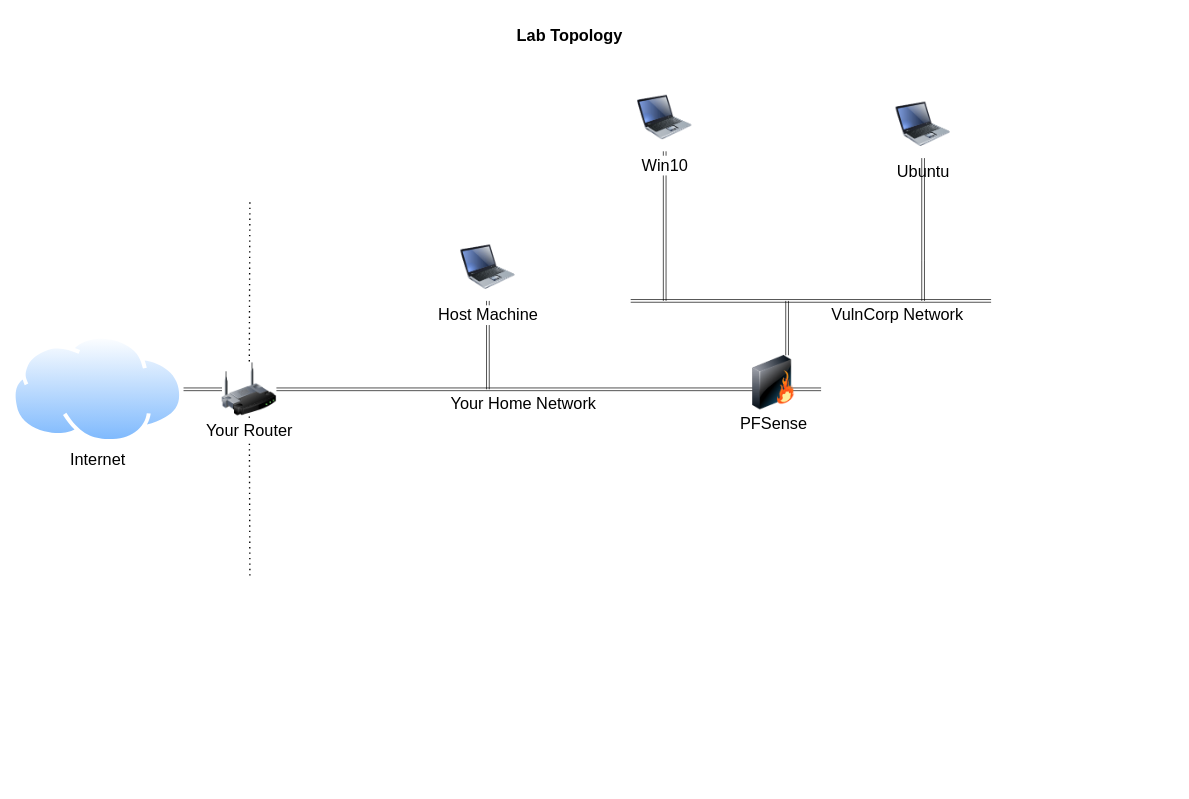
Above: CIT_L5_SIEM_Topology.drawio in hypercoyote/tdx (draw.io), before the change. Source tidied: cells renumbered, new cells numbered last; positions are measured from the earlier drawing's top-left corner, leaving out a move shared by most shapes. Both pictures are drawn from the tidied source at 68%, with x=0, y=0 at pixel (12, 22).
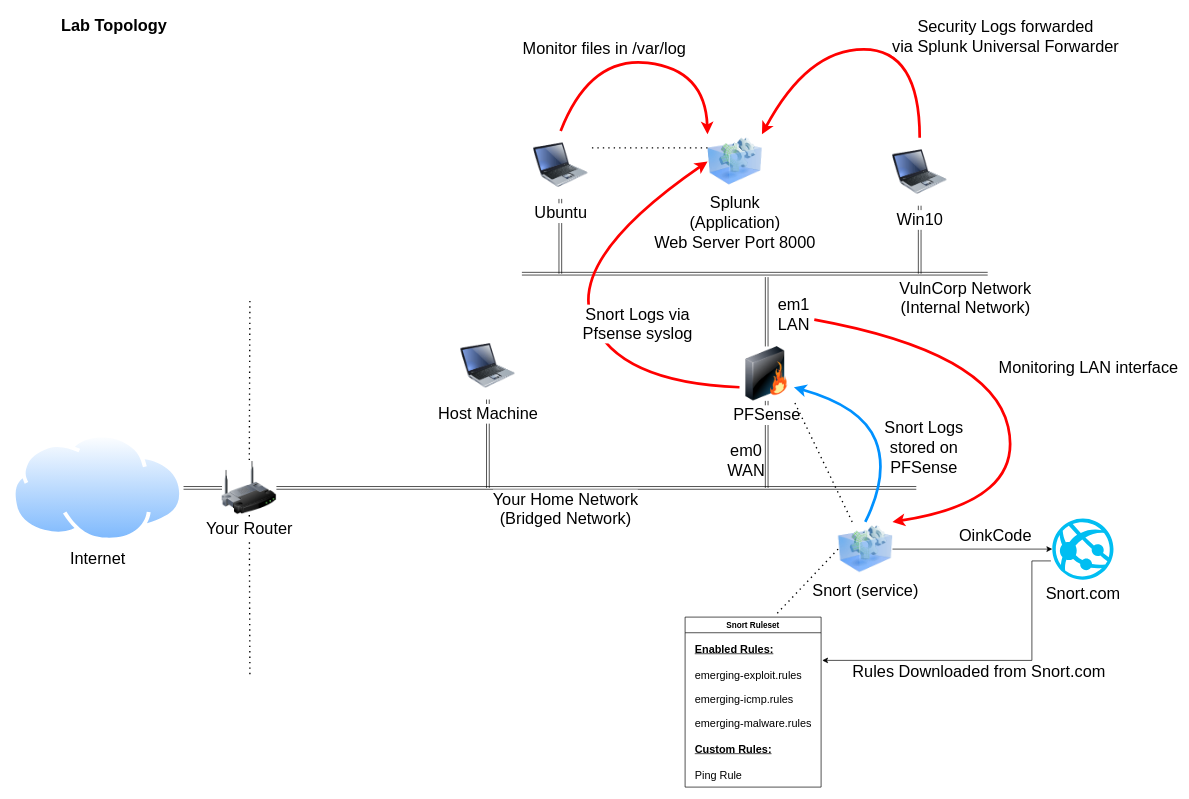
Above is the later version.

Change to the diagram source:
```diff
@@
+    <mxCell id="20" style="shape=link;html=1;rounded=0;fontSize=24;labelBackgroundColor=none;" parent="1" edge="1" source="18">
+      <mxGeometry relative="1" as="geometry">
+        <mxPoint x="1110" y="685" as="targetPoint" />
+      </mxGeometry>
+    </mxCell>
+    <mxCell id="17" style="shape=link;html=1;rounded=0;exitX=0.5;exitY=1;exitDx=0;exitDy=0;fontSize=24;labelBackgroundColor=none;" parent="1" edge="1" source="16">
+      <mxGeometry relative="1" as="geometry">
+        <mxPoint x="1335" y="370" as="targetPoint" />
+        <Array as="points">
+          <mxPoint x="1335" y="310" />
+        </Array>
+      </mxGeometry>
+    </mxCell>
     <mxCell id="2" style="shape=link;html=1;rounded=0;exitX=0.5;exitY=1;exitDx=0;exitDy=0;fontSize=24;labelBackgroundColor=none;" parent="1" edge="1" source="8">
       <mxGeometry relative="1" as="geometry">
-        <mxPoint x="700" y="540" as="targetPoint" />
+        <mxPoint x="700" y="685" as="targetPoint" />
       </mxGeometry>
     </mxCell>
     <mxCell id="3" style="shape=link;html=1;rounded=0;exitX=1;exitY=0.5;exitDx=0;exitDy=0;fontSize=24;labelBackgroundColor=none;" parent="1" edge="1" source="11">
       <mxGeometry relative="1" as="geometry">
-        <mxPoint x="1190" y="540" as="targetPoint" />
+        <mxPoint x="1330" y="685" as="targetPoint" />
       </mxGeometry>
     </mxCell>
-    <mxCell id="4" value="Your Home Network" style="edgeLabel;html=1;align=center;verticalAlign=middle;fontSize=24;" parent="3" vertex="1">
+    <mxCell id="4" value="Your Home Network&lt;br&gt;(Bridged Network)" style="edgeLabel;html=1;align=center;verticalAlign=middle;fontSize=24;" parent="3" vertex="1">
       <mxGeometry x="-0.12" y="1" relative="1" as="geometry">
-        <mxPoint x="10" y="21" as="offset" />
+        <mxPoint x="10" y="31" as="offset" />
       </mxGeometry>
     </mxCell>
     <mxCell id="5" value="Lab Topology" style="text;strokeColor=none;fillColor=none;html=1;fontSize=24;fontStyle=1;verticalAlign=middle;align=center;fontColor=default;labelBackgroundColor=none;" parent="1" vertex="1">
-      <mxGeometry x="389" width="861" height="40" as="geometry" />
+      <mxGeometry x="20" y="-15" width="260" height="40" as="geometry" />
     </mxCell>
     <mxCell id="6" value="Internet" style="image;perimeter=ellipsePerimeter;html=1;align=center;shadow=0;dashed=0;spacingTop=3;image=img/lib/active_directory/internet_cloud.svg;fontSize=24;fontColor=default;labelBackgroundColor=none;" parent="1" vertex="1">
-      <mxGeometry y="460.5" width="252.4" height="159" as="geometry" />
+      <mxGeometry y="605.5" width="252.4" height="159" as="geometry" />
     </mxCell>
     <mxCell id="7" style="endArrow=none;dashed=1;html=1;dashPattern=1 3;strokeWidth=2;rounded=0;fontSize=24;fontColor=default;labelBackgroundColor=none;" parent="1" edge="1" source="11">
       <mxGeometry relative="1" as="geometry">
-        <mxPoint x="350" y="815" as="targetPoint" />
+        <mxPoint x="350" y="960" as="targetPoint" />
       </mxGeometry>
     </mxCell>
     <mxCell id="8" value="Host Machine" style="image;html=1;image=img/lib/clip_art/computers/Laptop_128x128.png;fontSize=24;labelBackgroundColor=default;" parent="1" vertex="1">
-      <mxGeometry x="660" y="310" width="80" height="100" as="geometry" />
+      <mxGeometry x="660" y="455" width="80" height="100" as="geometry" />
     </mxCell>
@@
     <mxCell id="10" style="endArrow=none;dashed=1;html=1;dashPattern=1 3;strokeWidth=2;rounded=0;fontSize=24;fontColor=default;labelBackgroundColor=none;" parent="1" edge="1" target="11">
       <mxGeometry relative="1" as="geometry">
-        <mxPoint x="350" y="265" as="sourcePoint" />
+        <mxPoint x="350" y="410" as="sourcePoint" />
       </mxGeometry>
     </mxCell>
     <mxCell id="11" value="Your Router" style="image;html=1;image=img/lib/clip_art/networking/Wireless_Router_128x128.png;fontSize=24;" parent="1" vertex="1">
-      <mxGeometry x="309" y="500" width="80" height="80" as="geometry" />
+      <mxGeometry x="309" y="645" width="80" height="80" as="geometry" />
     </mxCell>
-    <mxCell id="12" style="shape=link;html=1;rounded=0;exitX=0.5;exitY=1;exitDx=0;exitDy=0;fontSize=24;labelBackgroundColor=none;" parent="1" edge="1" source="13">
+    <mxCell id="12" style="shape=link;html=1;rounded=0;exitX=0.5;exitY=1;exitDx=0;exitDy=0;fontSize=24;labelBackgroundColor=none;" parent="1" edge="1">
       <mxGeometry relative="1" as="geometry">
-        <mxPoint x="960" y="410" as="targetPoint" />
+        <mxPoint x="806.5" y="260" as="sourcePoint" />
+        <mxPoint x="806.5" y="370" as="targetPoint" />
       </mxGeometry>
     </mxCell>
-    <mxCell id="13" value="Win10" style="image;html=1;image=img/lib/clip_art/computers/Laptop_128x128.png;fontSize=24;labelBackgroundColor=default;" parent="1" vertex="1">
-      <mxGeometry x="920" y="90" width="80" height="100" as="geometry" />
+    <mxCell id="13" value="Ubuntu" style="image;html=1;image=img/lib/clip_art/computers/Laptop_128x128.png;fontSize=24;labelBackgroundColor=default;" parent="1" vertex="1">
+      <mxGeometry x="767" y="160" width="80" height="100" as="geometry" />
     </mxCell>
-    <mxCell id="14" style="shape=link;html=1;rounded=0;fontSize=24;labelBackgroundColor=none;entryX=1;entryY=0.5;entryDx=0;entryDy=0;" parent="1" edge="1">
+    <mxCell id="14" style="shape=link;html=1;rounded=0;fontSize=24;labelBackgroundColor=none;" parent="1" edge="1">
       <mxGeometry relative="1" as="geometry">
-        <mxPoint x="1440" y="410" as="sourcePoint" />
-        <mxPoint x="910" y="410" as="targetPoint" />
+        <mxPoint x="1435" y="370" as="sourcePoint" />
+        <mxPoint x="750" y="370" as="targetPoint" />
       </mxGeometry>
     </mxCell>
-    <mxCell id="15" value="&lt;font style=&quot;font-size: 24px;&quot;&gt;VulnCorp Network&lt;/font&gt;" style="edgeLabel;html=1;align=center;verticalAlign=middle;" parent="14" vertex="1">
+    <mxCell id="15" value="&lt;font style=&quot;font-size: 24px;&quot;&gt;VulnCorp Network&lt;br&gt;(Internal Network)&lt;br&gt;&lt;/font&gt;" style="edgeLabel;html=1;align=center;verticalAlign=middle;" parent="14" vertex="1">
       <mxGeometry x="0.56" y="-1" relative="1" as="geometry">
-        <mxPoint x="274" y="21" as="offset" />
+        <mxPoint x="500" y="36" as="offset" />
       </mxGeometry>
     </mxCell>
-    <mxCell id="16" value="Ubuntu" style="image;html=1;image=img/lib/clip_art/computers/Laptop_128x128.png;fontSize=24;labelBackgroundColor=default;" parent="1" vertex="1">
-      <mxGeometry x="1300" y="100" width="80" height="100" as="geometry" />
+    <mxCell id="16" value="Win10" style="image;html=1;image=img/lib/clip_art/computers/Laptop_128x128.png;fontSize=24;labelBackgroundColor=default;" parent="1" vertex="1">
+      <mxGeometry x="1295" y="170" width="80" height="100" as="geometry" />
     </mxCell>
-    <mxCell id="17" style="shape=link;html=1;rounded=0;exitX=0.5;exitY=1;exitDx=0;exitDy=0;fontSize=24;labelBackgroundColor=none;" parent="1" edge="1" source="16">
-      <mxGeometry relative="1" as="geometry">
-        <mxPoint x="1340" y="410" as="targetPoint" />
-        <Array as="points">
-          <mxPoint x="1340" y="350" />
-        </Array>
-      </mxGeometry>
-    </mxCell>
     <mxCell id="18" value="PFSense" style="image;html=1;image=img/lib/clip_art/networking/Firewall_128x128.png;fontSize=24;" parent="1" vertex="1">
-      <mxGeometry x="1080" y="490" width="80" height="80" as="geometry" />
+      <mxGeometry x="1070" y="477" width="80" height="80" as="geometry" />
     </mxCell>
-    <mxCell id="19" style="shape=link;html=1;rounded=0;fontSize=24;labelBackgroundColor=none;entryX=0.75;entryY=0;entryDx=0;entryDy=0;" parent="1" edge="1" target="18">
+    <mxCell id="19" style="shape=link;html=1;rounded=0;fontSize=24;labelBackgroundColor=none;entryX=0.5;entryY=0;entryDx=0;entryDy=0;" parent="1" edge="1" target="18">
       <mxGeometry relative="1" as="geometry">
-        <mxPoint x="1140" y="410" as="sourcePoint" />
+        <mxPoint x="1110" y="375" as="sourcePoint" />
       </mxGeometry>
     </mxCell>
+    <mxCell id="21" value="em0&lt;br&gt;WAN" style="text;html=1;strokeColor=none;fillColor=none;align=center;verticalAlign=middle;whiteSpace=wrap;rounded=0;fontSize=24;" parent="1" vertex="1">
+      <mxGeometry x="1055" y="625" width="50" height="40" as="geometry" />
+    </mxCell>
+    <mxCell id="22" value="em1&lt;br&gt;LAN" style="text;html=1;strokeColor=none;fillColor=none;align=center;verticalAlign=middle;whiteSpace=wrap;rounded=0;fontSize=24;" parent="1" vertex="1">
+      <mxGeometry x="1120" y="415" width="60" height="30" as="geometry" />
+    </mxCell>
+    <mxCell id="23" style="endArrow=none;dashed=1;html=1;dashPattern=1 3;strokeWidth=2;rounded=0;entryX=1;entryY=1;entryDx=0;entryDy=0;" parent="1" edge="1" source="26" target="18">
+      <mxGeometry relative="1" as="geometry" />
+    </mxCell>
+    <mxCell id="24" style="edgeStyle=none;rounded=0;jettySize=auto;html=1;exitX=1;exitY=0.5;exitDx=0;exitDy=0;entryX=0;entryY=0.5;entryDx=0;entryDy=0;entryPerimeter=0;" parent="1" edge="1" source="26" target="27">
+      <mxGeometry relative="1" as="geometry" />
+    </mxCell>
+    <mxCell id="25" value="&lt;font style=&quot;font-size: 24px;&quot;&gt;OinkCode&lt;/font&gt;" style="edgeLabel;html=1;align=center;verticalAlign=middle;" parent="24" vertex="1">
+      <mxGeometry x="0.28" relative="1" as="geometry">
+        <mxPoint y="-20" as="offset" />
+      </mxGeometry>
+    </mxCell>
+    <mxCell id="26" value="Snort (service)" style="image;html=1;image=img/lib/clip_art/computers/Virtual_Application_128x128.png;fontSize=24;" parent="1" vertex="1">
+      <mxGeometry x="1215" y="735" width="80" height="80" as="geometry" />
+    </mxCell>
+    <mxCell id="27" value="Snort.com" style="verticalLabelPosition=bottom;html=1;verticalAlign=top;align=center;strokeColor=none;fillColor=#00BEF2;shape=mxgraph.azure.azure_website;fontSize=24;" parent="1" vertex="1">
+      <mxGeometry x="1530" y="730" width="90" height="90" as="geometry" />
+    </mxCell>
+    <mxCell id="28" value="Snort Ruleset" style="swimlane;whiteSpace=wrap;html=1;" parent="1" vertex="1">
+      <mxGeometry x="990" y="875" width="200" height="250" as="geometry" />
+    </mxCell>
+    <mxCell id="29" value="&lt;div style=&quot;text-align: left; font-size: 16px;&quot;&gt;&lt;span style=&quot;background-color: initial;&quot;&gt;&lt;font style=&quot;font-size: 16px;&quot;&gt;&lt;b style=&quot;&quot;&gt;&lt;u style=&quot;&quot;&gt;Enabled Rules:&lt;/u&gt;&lt;/b&gt;&lt;br&gt;&lt;br&gt;&lt;/font&gt;&lt;/span&gt;&lt;/div&gt;&lt;div style=&quot;text-align: left; font-size: 16px;&quot;&gt;&lt;span style=&quot;background-color: initial;&quot;&gt;&lt;font style=&quot;font-size: 16px;&quot;&gt;emerging-exploit.rules&lt;/font&gt;&lt;/span&gt;&lt;/div&gt;&lt;p style=&quot;font-size: 16px;&quot;&gt;&lt;/p&gt;&lt;div style=&quot;text-align: left; font-size: 16px;&quot;&gt;&lt;span style=&quot;background-color: initial;&quot;&gt;&lt;font style=&quot;font-size: 16px;&quot;&gt;emerging-icmp.rules&lt;/font&gt;&lt;/span&gt;&lt;/div&gt;&lt;p style=&quot;font-size: 16px;&quot;&gt;&lt;/p&gt;&lt;div style=&quot;text-align: left; font-size: 16px;&quot;&gt;&lt;span style=&quot;background-color: initial;&quot;&gt;&lt;font style=&quot;font-size: 16px;&quot;&gt;emerging-malware.rules&lt;br&gt;&lt;br&gt;&lt;b&gt;&lt;u&gt;Custom Rules:&lt;/u&gt;&lt;/b&gt;&lt;br&gt;&lt;br&gt;&lt;/font&gt;&lt;/span&gt;&lt;/div&gt;&lt;div style=&quot;text-align: left; font-size: 16px;&quot;&gt;&lt;span style=&quot;background-color: initial;&quot;&gt;&lt;font style=&quot;font-size: 16px;&quot;&gt;Ping Rule&lt;/font&gt;&lt;/span&gt;&lt;/div&gt;" style="text;html=1;align=center;verticalAlign=middle;points=[];strokeColor=none;fillColor=none;" parent="28" vertex="1">
+      <mxGeometry y="30" width="200" height="220" as="geometry" />
+    </mxCell>
+    <mxCell id="30" style="endArrow=none;dashed=1;html=1;dashPattern=1 3;strokeWidth=2;rounded=0;exitX=0;exitY=0.5;exitDx=0;exitDy=0;entryX=0.662;entryY=-0.009;entryDx=0;entryDy=0;entryPerimeter=0;" parent="1" edge="1" source="26" target="28">
+      <mxGeometry relative="1" as="geometry" />
+    </mxCell>
+    <mxCell id="31" style="endArrow=none;html=1;rounded=0;entryX=-0.023;entryY=0.693;entryDx=0;entryDy=0;entryPerimeter=0;exitX=1.008;exitY=0.153;exitDx=0;exitDy=0;exitPerimeter=0;edgeStyle=orthogonalEdgeStyle;startArrow=classic;startFill=1;" parent="1" edge="1" source="29" target="27">
+      <mxGeometry relative="1" as="geometry">
+        <Array as="points">
+          <mxPoint x="1500" y="939" />
+          <mxPoint x="1500" y="792" />
+        </Array>
+      </mxGeometry>
+    </mxCell>
+    <mxCell id="32" value="Rules Downloaded from Snort.com" style="edgeLabel;html=1;align=center;verticalAlign=middle;fontSize=24;" parent="31" vertex="1">
+      <mxGeometry x="0.07" y="3" relative="1" as="geometry">
+        <mxPoint x="-28" y="19" as="offset" />
+      </mxGeometry>
+    </mxCell>
+    <mxCell id="33" style="curved=1;endArrow=none;html=1;rounded=0;entryX=1;entryY=0.75;entryDx=0;entryDy=0;exitX=1;exitY=0;exitDx=0;exitDy=0;strokeColor=#ff0000;strokeWidth=4;endFill=0;startArrow=classic;startFill=1;" parent="1" edge="1" source="26" target="22">
+      <mxGeometry relative="1" as="geometry">
+        <Array as="points">
+          <mxPoint x="1490" y="705" />
+          <mxPoint x="1440" y="485" />
+        </Array>
+      </mxGeometry>
+    </mxCell>
+    <mxCell id="34" value="Monitoring LAN interface" style="edgeLabel;html=1;align=center;verticalAlign=middle;fontSize=24;" parent="33" vertex="1">
+      <mxGeometry x="0.12" y="2" relative="1" as="geometry">
+        <mxPoint x="136" y="-14" as="offset" />
+      </mxGeometry>
+    </mxCell>
+    <mxCell id="35" style="curved=1;endArrow=classic;html=1;rounded=0;entryX=1;entryY=0.75;entryDx=0;entryDy=0;exitX=0.5;exitY=0;exitDx=0;exitDy=0;strokeColor=#0091ff;strokeWidth=4;" parent="1" edge="1" source="26" target="18">
+      <mxGeometry relative="1" as="geometry">
+        <Array as="points">
+          <mxPoint x="1290" y="665" />
+          <mxPoint x="1250" y="565" />
+        </Array>
+      </mxGeometry>
+    </mxCell>
+    <mxCell id="36" value="Snort Logs &lt;br&gt;stored on&lt;br&gt;PFSense" style="edgeLabel;html=1;align=center;verticalAlign=middle;fontSize=24;" parent="35" vertex="1">
+      <mxGeometry x="0.12" y="2" relative="1" as="geometry">
+        <mxPoint x="83" y="38" as="offset" />
+      </mxGeometry>
+    </mxCell>
+    <mxCell id="37" value="Splunk&lt;br&gt;(Application)&lt;br&gt;Web Server Port 8000" style="image;html=1;image=img/lib/clip_art/computers/Virtual_Application_128x128.png;fontSize=24;" parent="1" vertex="1">
+      <mxGeometry x="1023" y="165" width="80" height="80" as="geometry" />
+    </mxCell>
+    <mxCell id="38" style="endArrow=none;dashed=1;html=1;dashPattern=1 3;strokeWidth=2;rounded=0;exitX=0;exitY=0.25;exitDx=0;exitDy=0;entryX=1;entryY=0.25;entryDx=0;entryDy=0;" parent="1" edge="1" source="37" target="13">
+      <mxGeometry relative="1" as="geometry" />
+    </mxCell>
+    <mxCell id="39" style="curved=1;endArrow=none;html=1;rounded=0;entryX=0.5;entryY=0;entryDx=0;entryDy=0;exitX=0;exitY=0;exitDx=0;exitDy=0;strokeColor=#ff0000;strokeWidth=4;startArrow=classic;startFill=1;endFill=0;" parent="1" edge="1" source="37" target="13">
+      <mxGeometry relative="1" as="geometry">
+        <Array as="points">
+          <mxPoint x="1020" y="70" />
+          <mxPoint x="850" y="50" />
+        </Array>
+      </mxGeometry>
+    </mxCell>
+    <mxCell id="40" value="Monitor files in /var/log" style="edgeLabel;html=1;align=center;verticalAlign=middle;fontSize=24;" parent="39" vertex="1">
+      <mxGeometry x="0.12" y="2" relative="1" as="geometry">
+        <mxPoint x="-30" y="-18" as="offset" />
+      </mxGeometry>
+    </mxCell>
+    <mxCell id="41" style="curved=1;endArrow=none;html=1;rounded=0;entryX=0.5;entryY=0;entryDx=0;entryDy=0;exitX=1;exitY=0;exitDx=0;exitDy=0;strokeColor=#ff0000;strokeWidth=4;startArrow=classic;startFill=1;endFill=0;" parent="1" edge="1" source="37" target="16">
+      <mxGeometry relative="1" as="geometry">
+        <Array as="points">
+          <mxPoint x="1170" y="40" />
+          <mxPoint x="1335" y="40" />
+        </Array>
+      </mxGeometry>
+    </mxCell>
+    <mxCell id="42" value="Security Logs forwarded&lt;br&gt;via Splunk Universal Forwarder" style="edgeLabel;html=1;align=center;verticalAlign=middle;fontSize=24;" parent="41" vertex="1">
+      <mxGeometry x="0.12" y="2" relative="1" as="geometry">
+        <mxPoint x="187" y="-18" as="offset" />
+      </mxGeometry>
+    </mxCell>
+    <mxCell id="43" style="curved=1;endArrow=none;html=1;rounded=0;entryX=0;entryY=0.75;entryDx=0;entryDy=0;exitX=0;exitY=0.5;exitDx=0;exitDy=0;strokeColor=#ff0000;strokeWidth=4;startArrow=classic;startFill=1;endFill=0;" parent="1" edge="1" source="37" target="18">
+      <mxGeometry relative="1" as="geometry">
+        <Array as="points">
+          <mxPoint x="817" y="347" />
+          <mxPoint x="890" y="530" />
+        </Array>
+      </mxGeometry>
+    </mxCell>
+    <mxCell id="44" value="Snort Logs via&lt;br&gt;Pfsense syslog" style="edgeLabel;html=1;align=center;verticalAlign=middle;fontSize=24;" parent="43" vertex="1">
+      <mxGeometry x="0.12" y="2" relative="1" as="geometry">
+        <mxPoint x="63" y="4" as="offset" />
+      </mxGeometry>
+    </mxCell>
```
